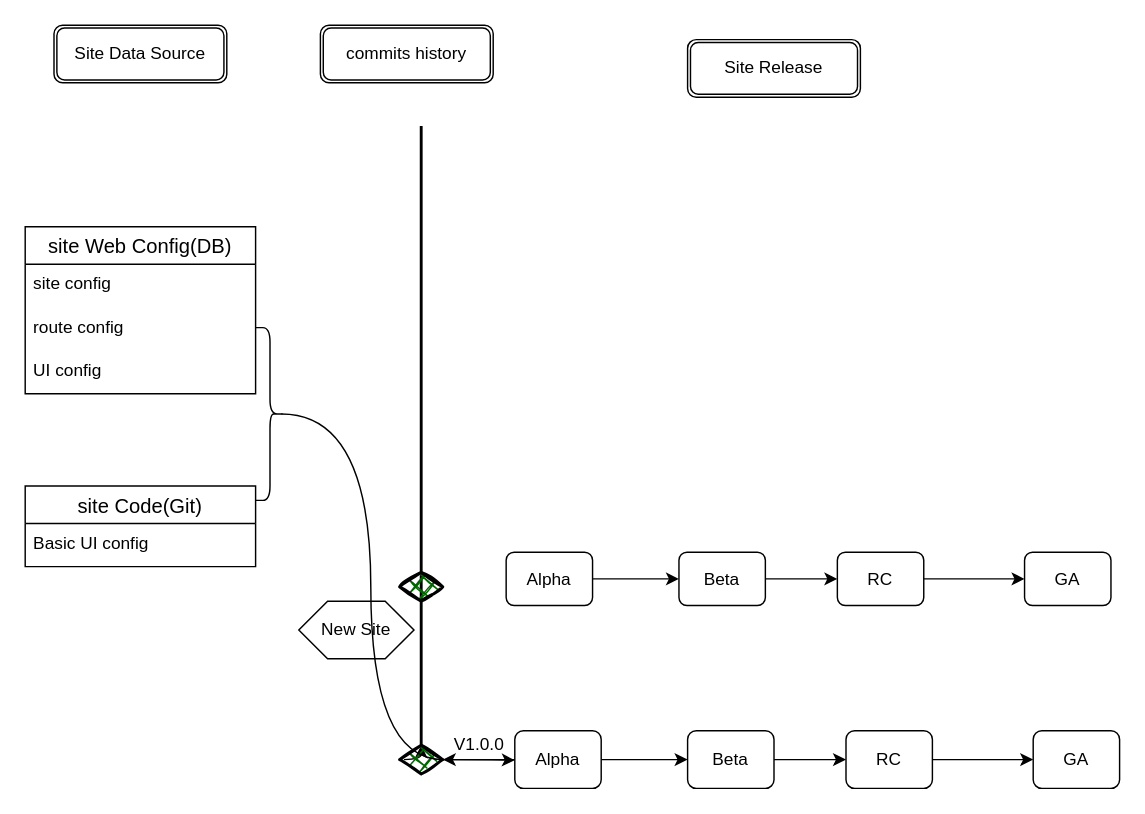
This is Untitled Diagram.drawio from SunShine1720/Dynamic, a draw.io file, before an edit. Source tidied: cells renumbered, new cells numbered last; positions are measured from the earlier drawing's top-left corner, leaving out a move shared by most shapes. Both pictures are drawn from the tidied source at 144%, with x=0, y=0 at pixel (24, 24).
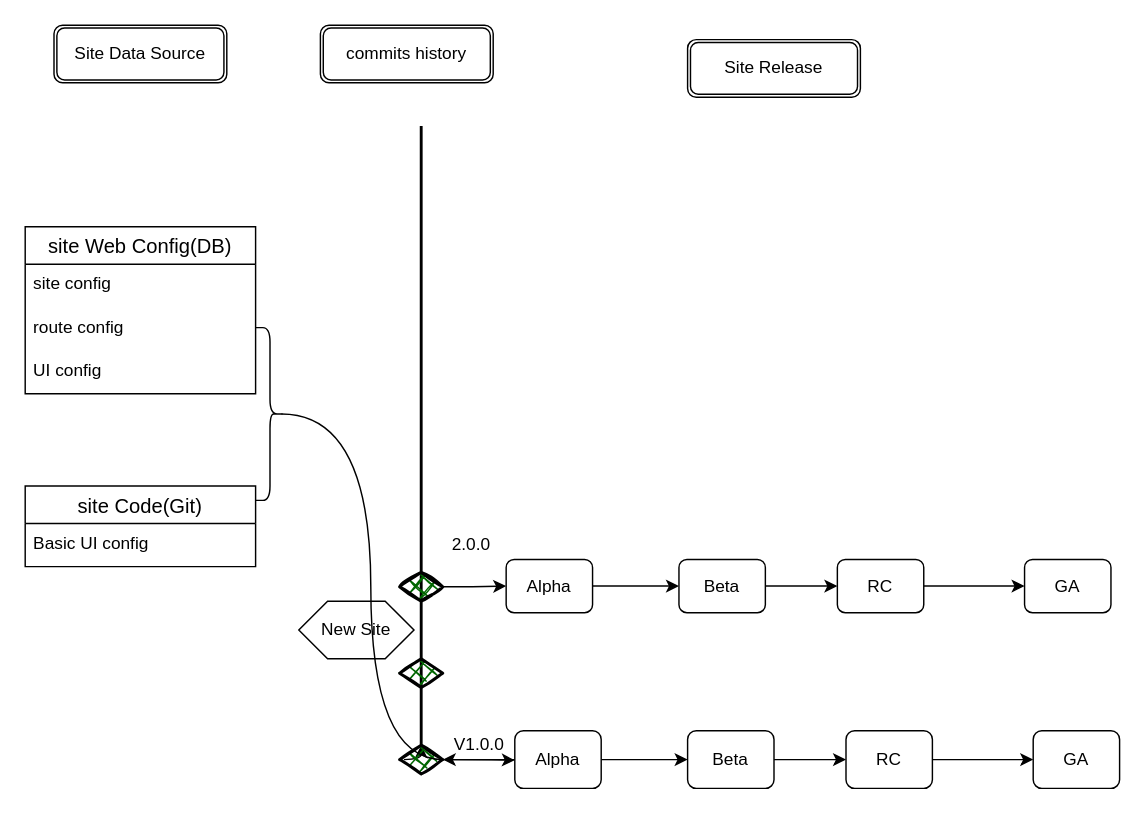
The same page after the edit.

The change refers to these unchanged cells:
```xml
<mxCell id="27" style="rhombus;whiteSpace=wrap;html=1;strokeWidth=2;fillWeight=-1;hachureGap=8;fillStyle=cross-hatch;fillColor=#006600;sketch=1;" parent="1" vertex="1">
  <mxGeometry x="260" y="380" width="30" height="20" as="geometry" />
</mxCell>
```

The edit, as a diff of the source:
```diff
@@
+    <mxCell id="35" style="edgeStyle=orthogonalEdgeStyle;curved=1;rounded=0;jettySize=auto;html=1;exitX=1;exitY=0.5;exitDx=0;exitDy=0;entryX=0;entryY=0.5;entryDx=0;entryDy=0;" parent="1" edge="1" source="27" target="29">
+      <mxGeometry relative="1" as="geometry" />
+    </mxCell>
@@
     <mxCell id="29" value="Alpha" style="rounded=1;whiteSpace=wrap;html=1;" parent="1" vertex="1">
-      <mxGeometry x="334" y="366" width="60" height="37" as="geometry" />
+      <mxGeometry x="334" y="371" width="60" height="37" as="geometry" />
     </mxCell>
@@
     <mxCell id="31" value="Beta" style="rounded=1;whiteSpace=wrap;html=1;" parent="1" vertex="1">
-      <mxGeometry x="454" y="366" width="60" height="37" as="geometry" />
+      <mxGeometry x="454" y="371" width="60" height="37" as="geometry" />
     </mxCell>
@@
     <mxCell id="33" value="RC" style="rounded=1;whiteSpace=wrap;html=1;" parent="1" vertex="1">
-      <mxGeometry x="564" y="366" width="60" height="37" as="geometry" />
+      <mxGeometry x="564" y="371" width="60" height="37" as="geometry" />
     </mxCell>
     <mxCell id="34" value="GA" style="rounded=1;whiteSpace=wrap;html=1;" parent="1" vertex="1">
-      <mxGeometry x="694" y="366" width="60" height="37" as="geometry" />
+      <mxGeometry x="694" y="371" width="60" height="37" as="geometry" />
     </mxCell>
+    <mxCell id="36" value="2.0.0" style="text;html=1;strokeColor=none;fillColor=none;align=center;verticalAlign=middle;whiteSpace=wrap;rounded=0;" parent="1" vertex="1">
+      <mxGeometry x="280" y="346" width="60" height="30" as="geometry" />
+    </mxCell>
+    <mxCell id="37" style="rhombus;whiteSpace=wrap;html=1;strokeWidth=2;fillWeight=-1;hachureGap=8;fillStyle=cross-hatch;fillColor=#006600;sketch=1;" parent="1" vertex="1">
+      <mxGeometry x="260" y="440" width="30" height="20" as="geometry" />
+    </mxCell>
```
